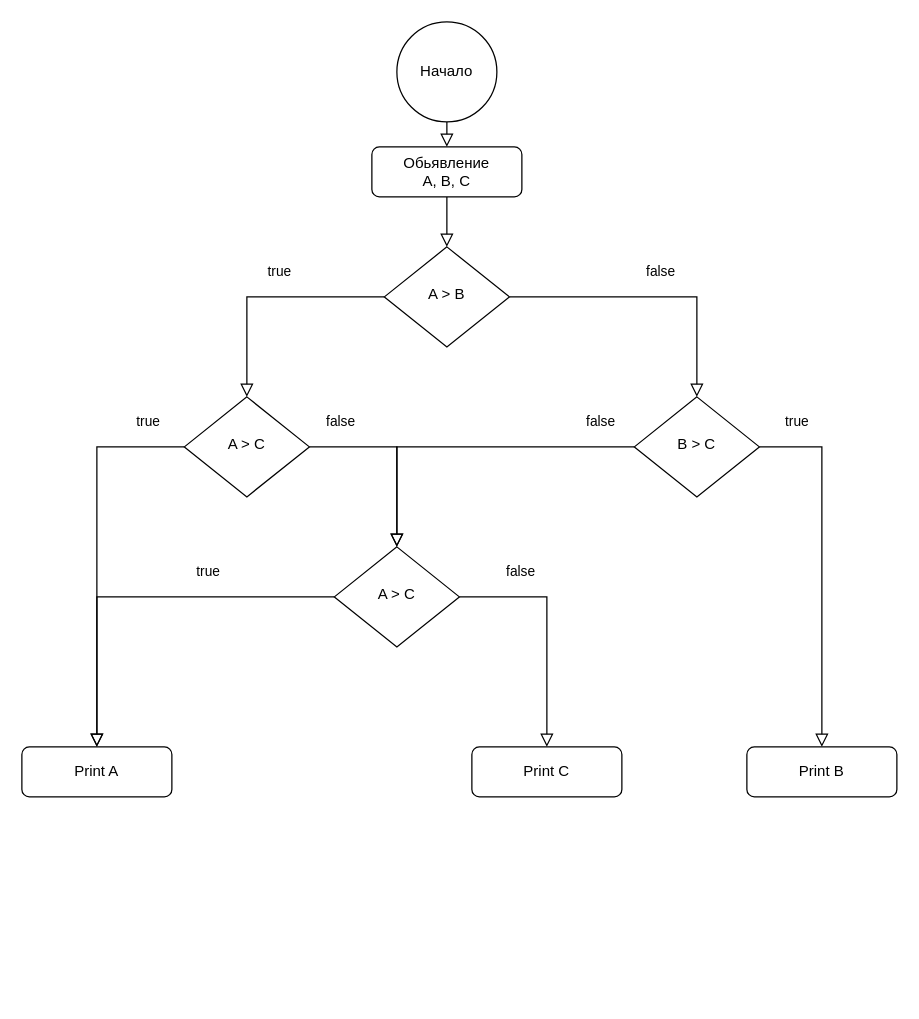
leonidamaltsev/job4j_elementary keeps this draw.io diagram as Untitled Diagram.drawio. Above is the earlier version. Source tidied: cells renumbered, new cells numbered last; positions are measured from the earlier drawing's top-left corner, leaving out a move shared by most shapes. Both pictures are drawn from the tidied source at 125%, with x=0, y=0 at pixel (21, 21).
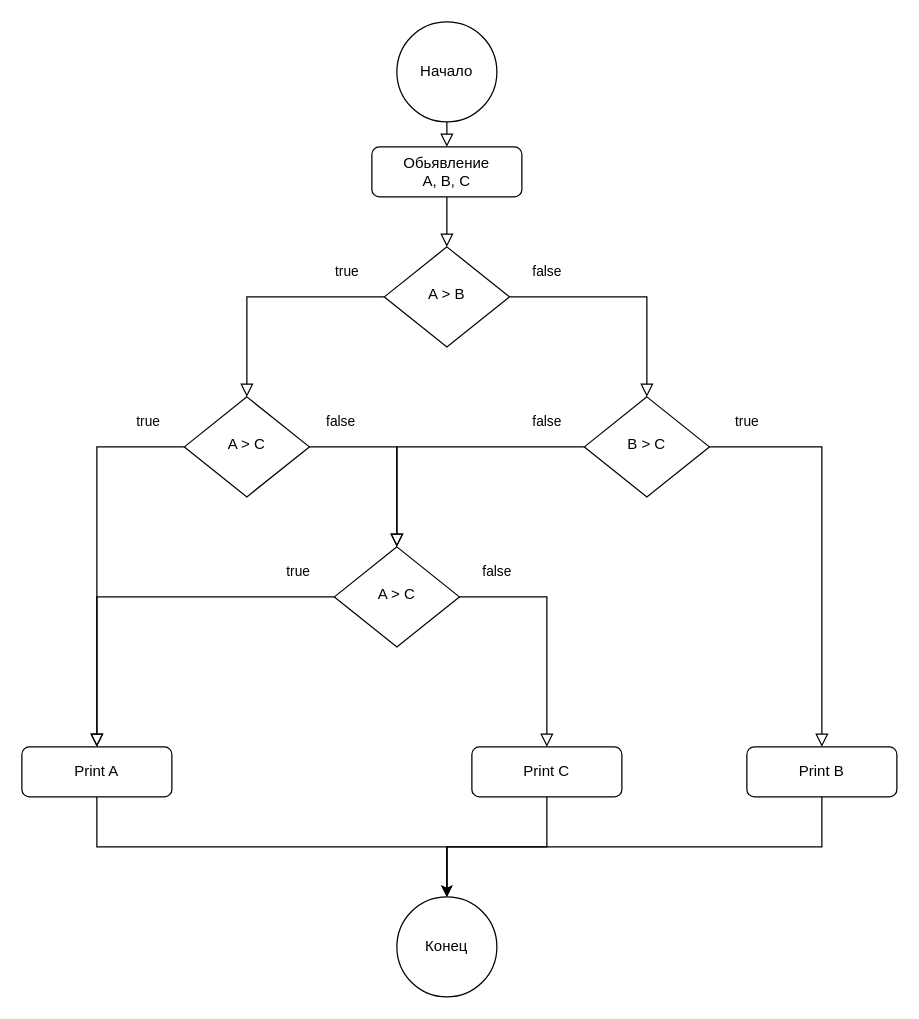
After the change.

The change refers to these unchanged cells:
```xml
<mxCell id="5" value="A &amp;gt; B" style="rhombus;whiteSpace=wrap;html=1;shadow=0;fontFamily=Helvetica;fontSize=12;align=center;strokeWidth=1;spacing=6;spacingTop=-4;" parent="1" vertex="1">
  <mxGeometry x="290" y="180" width="100" height="80" as="geometry" />
</mxCell>
<mxCell id="6" value="Print A" style="rounded=1;whiteSpace=wrap;html=1;fontSize=12;glass=0;strokeWidth=1;shadow=0;" parent="1" vertex="1">
  <mxGeometry y="580" width="120" height="40" as="geometry" />
</mxCell>
<mxCell id="11" value="A &amp;gt; C" style="rhombus;whiteSpace=wrap;html=1;shadow=0;fontFamily=Helvetica;fontSize=12;align=center;strokeWidth=1;spacing=6;spacingTop=-4;" parent="1" vertex="1">
  <mxGeometry x="130" y="300" width="100" height="80" as="geometry" />
</mxCell>
<mxCell id="14" value="A &amp;gt; C" style="rhombus;whiteSpace=wrap;html=1;shadow=0;fontFamily=Helvetica;fontSize=12;align=center;strokeWidth=1;spacing=6;spacingTop=-4;" parent="1" vertex="1">
  <mxGeometry x="250" y="420" width="100" height="80" as="geometry" />
</mxCell>
<mxCell id="15" value="Print B" style="rounded=1;whiteSpace=wrap;html=1;fontSize=12;glass=0;strokeWidth=1;shadow=0;" parent="1" vertex="1">
  <mxGeometry x="580" y="580" width="120" height="40" as="geometry" />
</mxCell>
<mxCell id="20" value="Print C" style="rounded=1;whiteSpace=wrap;html=1;fontSize=12;glass=0;strokeWidth=1;shadow=0;" parent="1" vertex="1">
  <mxGeometry x="360" y="580" width="120" height="40" as="geometry" />
</mxCell>
```

Diff of the diagram source:
```diff
@@
     <mxCell id="4" value="false" style="rounded=0;html=1;jettySize=auto;fontSize=11;endArrow=block;endFill=0;endSize=8;strokeWidth=1;shadow=0;labelBackgroundColor=none;edgeStyle=orthogonalEdgeStyle;entryX=0.5;entryY=0;entryDx=0;entryDy=0;" parent="1" edge="1" source="5" target="7">
-      <mxGeometry x="0.05" y="20" relative="1" as="geometry">
+      <mxGeometry x="-0.68" y="20" relative="1" as="geometry">
         <Array as="points">
-          <mxPoint x="540" y="220" />
+          <mxPoint x="500" y="220" />
         </Array>
       </mxGeometry>
     </mxCell>
@@
+    <mxCell id="21" style="edgeStyle=orthogonalEdgeStyle;rounded=0;jettySize=auto;html=1;exitX=0.5;exitY=1;exitDx=0;exitDy=0;entryX=0.5;entryY=0;entryDx=0;entryDy=0;" parent="1" edge="1" source="6" target="24">
+      <mxGeometry relative="1" as="geometry" />
+    </mxCell>
@@
     <mxCell id="7" value="B &amp;gt; C" style="rhombus;whiteSpace=wrap;html=1;shadow=0;fontFamily=Helvetica;fontSize=12;align=center;strokeWidth=1;spacing=6;spacingTop=-4;" parent="1" vertex="1">
-      <mxGeometry x="490" y="300" width="100" height="80" as="geometry" />
+      <mxGeometry x="450" y="300" width="100" height="80" as="geometry" />
     </mxCell>
@@
     <mxCell id="10" value="true" style="rounded=0;html=1;jettySize=auto;fontSize=11;endArrow=block;endFill=0;endSize=8;strokeWidth=1;shadow=0;labelBackgroundColor=none;edgeStyle=orthogonalEdgeStyle;exitX=0;exitY=0.5;exitDx=0;exitDy=0;entryX=0.5;entryY=0;entryDx=0;entryDy=0;" parent="1" edge="1" source="5" target="11">
-      <mxGeometry x="-0.12" y="-20" relative="1" as="geometry">
+      <mxGeometry x="-0.68" y="-20" relative="1" as="geometry">
         <Array as="points">
           <mxPoint x="180" y="220" />
         </Array>
       </mxGeometry>
     </mxCell>
@@
+    <mxCell id="22" style="edgeStyle=orthogonalEdgeStyle;rounded=0;jettySize=auto;html=1;entryX=0.5;entryY=0;entryDx=0;entryDy=0;" parent="1" edge="1" source="15" target="24">
+      <mxGeometry relative="1" as="geometry">
+        <Array as="points">
+          <mxPoint x="640" y="660" />
+          <mxPoint x="340" y="660" />
+        </Array>
+      </mxGeometry>
+    </mxCell>
@@
     <mxCell id="16" value="true" style="rounded=0;html=1;jettySize=auto;orthogonalLoop=1;fontSize=11;endArrow=block;endFill=0;endSize=8;strokeWidth=1;shadow=0;labelBackgroundColor=none;edgeStyle=orthogonalEdgeStyle;" parent="1" edge="1">
-      <mxGeometry x="-0.35" y="-20" relative="1" as="geometry">
+      <mxGeometry x="-0.81" y="-20" relative="1" as="geometry">
         <mxPoint x="250" y="460" as="sourcePoint" />
         <mxPoint x="60" y="580" as="targetPoint" />
         <Array as="points">
           <mxPoint x="60" y="460" />
           <mxPoint x="60" y="500" />
         </Array>
       </mxGeometry>
     </mxCell>
     <mxCell id="17" value="false" style="rounded=0;html=1;jettySize=auto;fontSize=11;endArrow=block;endFill=0;endSize=8;strokeWidth=1;shadow=0;labelBackgroundColor=none;edgeStyle=orthogonalEdgeStyle;entryX=0.5;entryY=0;entryDx=0;entryDy=0;" parent="1" edge="1" target="20">
-      <mxGeometry x="-0.48" y="20" relative="1" as="geometry">
+      <mxGeometry x="-0.68" y="20" relative="1" as="geometry">
         <mxPoint x="350" y="460" as="sourcePoint" />
         <Array as="points">
           <mxPoint x="420" y="460" />
         </Array>
       </mxGeometry>
     </mxCell>
     <mxCell id="18" value="true" style="rounded=0;html=1;jettySize=auto;fontSize=11;endArrow=block;endFill=0;endSize=8;strokeWidth=1;shadow=0;labelBackgroundColor=none;edgeStyle=orthogonalEdgeStyle;exitX=1;exitY=0.5;exitDx=0;exitDy=0;entryX=0.5;entryY=0;entryDx=0;entryDy=0;" parent="1" edge="1" source="7" target="15">
-      <mxGeometry x="-0.79" y="20" relative="1" as="geometry">
+      <mxGeometry x="-0.82" y="20" relative="1" as="geometry">
         <Array as="points">
           <mxPoint x="640" y="340" />
         </Array>
       </mxGeometry>
     </mxCell>
     <mxCell id="19" value="false" style="rounded=0;html=1;jettySize=auto;fontSize=11;endArrow=block;endFill=0;endSize=8;strokeWidth=1;shadow=0;labelBackgroundColor=none;edgeStyle=orthogonalEdgeStyle;exitX=0;exitY=0.5;exitDx=0;exitDy=0;entryX=0.5;entryY=0;entryDx=0;entryDy=0;" parent="1" edge="1" source="7" target="14">
-      <mxGeometry x="-0.8" y="-20" relative="1" as="geometry">
+      <mxGeometry x="-0.74" y="-20" relative="1" as="geometry">
         <Array as="points">
           <mxPoint x="300" y="340" />
           <mxPoint x="300" y="420" />
         </Array>
       </mxGeometry>
     </mxCell>
+    <mxCell id="23" style="edgeStyle=orthogonalEdgeStyle;rounded=0;jettySize=auto;html=1;entryX=0.5;entryY=0;entryDx=0;entryDy=0;" parent="1" edge="1" source="20" target="24">
+      <mxGeometry relative="1" as="geometry">
+        <Array as="points">
+          <mxPoint x="420" y="660" />
+          <mxPoint x="340" y="660" />
+        </Array>
+      </mxGeometry>
+    </mxCell>
@@
+    <mxCell id="24" value="Конец" style="ellipse;whiteSpace=wrap;html=1;" parent="1" vertex="1">
+      <mxGeometry x="300" y="700" width="80" height="80" as="geometry" />
+    </mxCell>
```
